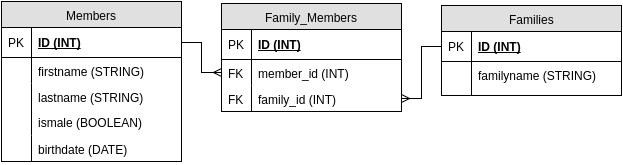
Earlier version of the draw.io export Schema Family Tree.png (cross-fox-2017/schema-family-tree). Source tidied: cells renumbered, new cells last; positions are measured from the earlier drawing's top-left corner, leaving out a move shared by most shapes. Source of this version:
```xml
<mxGraphModel background="#ffffff">
  <root>
    <mxCell id="0" />
    <mxCell id="1" parent="0" />
    <mxCell id="2" value="Members" style="swimlane;html=1;fontStyle=0;horizontal=1;startSize=26;fillColor=#e0e0e0;swimlaneFillColor=#ffffff;align=center;" parent="1" vertex="1">
      <mxGeometry width="180" height="160" as="geometry" />
    </mxCell>
    <mxCell id="3" value="ID (INT)" style="shape=partialRectangle;top=0;left=0;right=0;bottom=1;html=1;align=left;verticalAlign=middle;fillColor=none;spacingLeft=34;spacingRight=4;whiteSpace=wrap;overflow=hidden;points=[[0,0.5],[1,0.5]];portConstraint=eastwest;fontStyle=5;" parent="2" vertex="1">
      <mxGeometry y="26" width="180" height="30" as="geometry" />
    </mxCell>
    <mxCell id="4" value="PK" style="shape=partialRectangle;top=0;left=0;bottom=0;html=1;fillColor=none;align=left;verticalAlign=middle;spacingLeft=4;spacingRight=4;whiteSpace=wrap;overflow=hidden;" parent="3" vertex="1">
      <mxGeometry width="30" height="30" as="geometry" />
    </mxCell>
    <mxCell id="5" value="firstname (STRING)" style="shape=partialRectangle;top=0;left=0;right=0;bottom=0;html=1;align=left;verticalAlign=top;fillColor=none;spacingLeft=34;spacingRight=4;whiteSpace=wrap;overflow=hidden;" parent="2" vertex="1">
      <mxGeometry y="56" width="180" height="26" as="geometry" />
    </mxCell>
    <mxCell id="6" style="shape=partialRectangle;top=0;left=0;bottom=0;html=1;fillColor=none;align=left;verticalAlign=top;spacingLeft=4;spacingRight=4;whiteSpace=wrap;overflow=hidden;" parent="5" vertex="1">
      <mxGeometry width="30" height="26" as="geometry" />
    </mxCell>
    <mxCell id="7" value="lastname (STRING)" style="shape=partialRectangle;top=0;left=0;right=0;bottom=0;html=1;align=left;verticalAlign=top;fillColor=none;spacingLeft=34;spacingRight=4;whiteSpace=wrap;overflow=hidden;" parent="2" vertex="1">
      <mxGeometry y="82" width="180" height="26" as="geometry" />
    </mxCell>
    <mxCell id="8" style="shape=partialRectangle;top=0;left=0;bottom=0;html=1;fillColor=none;align=left;verticalAlign=top;spacingLeft=4;spacingRight=4;whiteSpace=wrap;overflow=hidden;" parent="7" vertex="1">
      <mxGeometry width="30" height="26" as="geometry" />
    </mxCell>
    <mxCell id="9" style="shape=partialRectangle;top=0;left=0;right=0;bottom=0;html=1;align=left;verticalAlign=top;fillColor=none;spacingLeft=34;spacingRight=4;whiteSpace=wrap;overflow=hidden;" parent="2" vertex="1">
      <mxGeometry y="108" width="180" height="26" as="geometry" />
    </mxCell>
    <mxCell id="10" style="shape=partialRectangle;top=0;left=0;bottom=0;html=1;fillColor=none;align=left;verticalAlign=top;spacingLeft=4;spacingRight=4;whiteSpace=wrap;overflow=hidden;" parent="9" vertex="1">
      <mxGeometry width="30" height="26" as="geometry" />
    </mxCell>
    <mxCell id="11" value="birthdate (DATE)" style="shape=partialRectangle;top=0;left=0;right=0;bottom=0;html=1;align=left;verticalAlign=top;fillColor=none;spacingLeft=34;spacingRight=4;whiteSpace=wrap;overflow=hidden;" parent="2" vertex="1">
      <mxGeometry y="134" width="180" height="26" as="geometry" />
    </mxCell>
    <mxCell id="12" style="shape=partialRectangle;top=0;left=0;bottom=0;html=1;fillColor=none;align=left;verticalAlign=top;spacingLeft=4;spacingRight=4;whiteSpace=wrap;overflow=hidden;" parent="11" vertex="1">
      <mxGeometry width="30" height="26" as="geometry" />
    </mxCell>
    <mxCell id="13" value="ismale (BOOLEAN)" style="shape=partialRectangle;top=0;left=0;right=0;bottom=0;html=1;align=left;verticalAlign=top;fillColor=none;spacingLeft=34;spacingRight=4;whiteSpace=wrap;overflow=hidden;" parent="1" vertex="1">
      <mxGeometry y="107" width="180" height="26" as="geometry" />
    </mxCell>
    <mxCell id="14" style="shape=partialRectangle;top=0;left=0;bottom=0;html=1;fillColor=none;align=left;verticalAlign=top;spacingLeft=4;spacingRight=4;whiteSpace=wrap;overflow=hidden;" parent="13" vertex="1">
      <mxGeometry width="30" height="26" as="geometry" />
    </mxCell>
    <mxCell id="15" value="Family_Members" style="swimlane;html=1;fontStyle=0;horizontal=1;startSize=26;fillColor=#e0e0e0;swimlaneFillColor=#ffffff;align=center;" parent="1" vertex="1">
      <mxGeometry x="220" y="2" width="180" height="108" as="geometry" />
    </mxCell>
    <mxCell id="16" value="ID (INT)" style="shape=partialRectangle;top=0;left=0;right=0;bottom=1;html=1;align=left;verticalAlign=middle;fillColor=none;spacingLeft=34;spacingRight=4;whiteSpace=wrap;overflow=hidden;fontStyle=5;" parent="15" vertex="1">
      <mxGeometry y="26" width="180" height="30" as="geometry" />
    </mxCell>
    <mxCell id="17" value="PK" style="shape=partialRectangle;top=0;left=0;bottom=0;html=1;fillColor=none;align=left;verticalAlign=middle;spacingLeft=4;spacingRight=4;whiteSpace=wrap;overflow=hidden;" parent="16" vertex="1">
      <mxGeometry width="30" height="30" as="geometry" />
    </mxCell>
    <mxCell id="18" value="member_id (INT)" style="shape=partialRectangle;top=0;left=0;right=0;bottom=0;html=1;align=left;verticalAlign=top;fillColor=none;spacingLeft=34;spacingRight=4;whiteSpace=wrap;overflow=hidden;points=[[0,0.5],[1,0.5]];portConstraint=eastwest;" parent="15" vertex="1">
      <mxGeometry y="56" width="180" height="26" as="geometry" />
    </mxCell>
    <mxCell id="19" value="FK" style="shape=partialRectangle;top=0;left=0;bottom=0;html=1;fillColor=none;align=left;verticalAlign=top;spacingLeft=4;spacingRight=4;whiteSpace=wrap;overflow=hidden;" parent="18" vertex="1">
      <mxGeometry width="30" height="26" as="geometry" />
    </mxCell>
    <mxCell id="20" value="family_id (INT)" style="shape=partialRectangle;top=0;left=0;right=0;bottom=0;html=1;align=left;verticalAlign=top;fillColor=none;spacingLeft=34;spacingRight=4;whiteSpace=wrap;overflow=hidden;points=[[0,0.5],[1,0.5]];portConstraint=eastwest;" parent="15" vertex="1">
      <mxGeometry y="82" width="180" height="26" as="geometry" />
    </mxCell>
    <mxCell id="21" value="FK" style="shape=partialRectangle;top=0;left=0;bottom=0;html=1;fillColor=none;align=left;verticalAlign=top;spacingLeft=4;spacingRight=4;whiteSpace=wrap;overflow=hidden;" parent="20" vertex="1">
      <mxGeometry width="30" height="26" as="geometry" />
    </mxCell>
    <mxCell id="22" value="Families" style="swimlane;html=1;fontStyle=0;horizontal=1;startSize=26;fillColor=#e0e0e0;swimlaneFillColor=#ffffff;align=center;" parent="1" vertex="1">
      <mxGeometry x="440" y="4" width="180" height="90" as="geometry" />
    </mxCell>
    <mxCell id="23" value="ID (INT)" style="shape=partialRectangle;top=0;left=0;right=0;bottom=1;html=1;align=left;verticalAlign=middle;fillColor=none;spacingLeft=34;spacingRight=4;whiteSpace=wrap;overflow=hidden;points=[[0,0.5],[1,0.5]];portConstraint=eastwest;fontStyle=5;" parent="22" vertex="1">
      <mxGeometry y="26" width="180" height="30" as="geometry" />
    </mxCell>
    <mxCell id="24" value="PK" style="shape=partialRectangle;top=0;left=0;bottom=0;html=1;fillColor=none;align=left;verticalAlign=middle;spacingLeft=4;spacingRight=4;whiteSpace=wrap;overflow=hidden;" parent="23" vertex="1">
      <mxGeometry width="30" height="30" as="geometry" />
    </mxCell>
    <mxCell id="25" value="familyname (STRING)" style="shape=partialRectangle;top=0;left=0;right=0;bottom=0;html=1;align=left;verticalAlign=top;fillColor=none;spacingLeft=34;spacingRight=4;whiteSpace=wrap;overflow=hidden;" parent="22" vertex="1">
      <mxGeometry y="56" width="180" height="34" as="geometry" />
    </mxCell>
    <mxCell id="26" style="shape=partialRectangle;top=0;left=0;bottom=0;html=1;fillColor=none;align=left;verticalAlign=top;spacingLeft=4;spacingRight=4;whiteSpace=wrap;overflow=hidden;" parent="25" vertex="1">
      <mxGeometry width="30" height="34" as="geometry" />
    </mxCell>
    <mxCell id="27" style="edgeStyle=orthogonalEdgeStyle;rounded=0;html=1;exitX=0;exitY=0.5;entryX=1;entryY=0.5;endArrow=ERmany;endFill=0;jettySize=auto;" parent="1" edge="1" source="23" target="20">
      <mxGeometry relative="1" as="geometry" />
    </mxCell>
    <mxCell id="28" style="edgeStyle=orthogonalEdgeStyle;rounded=0;html=1;exitX=1;exitY=0.5;entryX=0;entryY=0.5;endArrow=ERmany;endFill=0;jettySize=auto;" parent="1" edge="1" source="3" target="18">
      <mxGeometry relative="1" as="geometry" />
    </mxCell>
  </root>
</mxGraphModel>
```
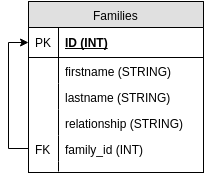
After the commit.

The edit, as a diff of the source:
```diff
@@ -2,86 +2,47 @@
   <root>
     <mxCell id="0" />
     <mxCell id="1" parent="0" />
-    <mxCell id="2" value="Members" style="swimlane;html=1;fontStyle=0;horizontal=1;startSize=26;fillColor=#e0e0e0;swimlaneFillColor=#ffffff;align=center;" parent="1" vertex="1">
-      <mxGeometry width="180" height="160" as="geometry" />
-    </mxCell>
-    <mxCell id="3" value="ID (INT)" style="shape=partialRectangle;top=0;left=0;right=0;bottom=1;html=1;align=left;verticalAlign=middle;fillColor=none;spacingLeft=34;spacingRight=4;whiteSpace=wrap;overflow=hidden;points=[[0,0.5],[1,0.5]];portConstraint=eastwest;fontStyle=5;" parent="2" vertex="1">
-      <mxGeometry y="26" width="180" height="30" as="geometry" />
-    </mxCell>
-    <mxCell id="4" value="PK" style="shape=partialRectangle;top=0;left=0;bottom=0;html=1;fillColor=none;align=left;verticalAlign=middle;spacingLeft=4;spacingRight=4;whiteSpace=wrap;overflow=hidden;" parent="3" vertex="1">
-      <mxGeometry width="30" height="30" as="geometry" />
-    </mxCell>
+    <mxCell id="22" value="Families" style="swimlane;html=1;fontStyle=0;horizontal=1;startSize=26;fillColor=#e0e0e0;swimlaneFillColor=#ffffff;align=center;" parent="1" vertex="1">
+      <mxGeometry x="440" y="4" width="175" height="171" as="geometry" />
+    </mxCell>
+    <mxCell id="29" value="ID (INT)" style="shape=partialRectangle;top=0;left=0;right=0;bottom=1;html=1;align=left;verticalAlign=middle;fillColor=none;spacingLeft=34;spacingRight=4;whiteSpace=wrap;overflow=hidden;points=[[0,0.5],[1,0.5]];portConstraint=eastwest;fontStyle=5;" parent="22" vertex="1">
+      <mxGeometry y="26" width="175" height="30" as="geometry" />
+    </mxCell>
+    <mxCell id="30" value="PK" style="shape=partialRectangle;top=0;left=0;bottom=0;html=1;fillColor=none;align=left;verticalAlign=middle;spacingLeft=4;spacingRight=4;whiteSpace=wrap;overflow=hidden;" parent="29" vertex="1">
+      <mxGeometry width="30" height="30" as="geometry" />
+    </mxCell>
-    <mxCell id="5" value="firstname (STRING)" style="shape=partialRectangle;top=0;left=0;right=0;bottom=0;html=1;align=left;verticalAlign=top;fillColor=none;spacingLeft=34;spacingRight=4;whiteSpace=wrap;overflow=hidden;" parent="2" vertex="1">
-      <mxGeometry y="56" width="180" height="26" as="geometry" />
+    <mxCell id="5" value="firstname (STRING)" style="shape=partialRectangle;top=0;left=0;right=0;bottom=0;html=1;align=left;verticalAlign=top;fillColor=none;spacingLeft=34;spacingRight=4;whiteSpace=wrap;overflow=hidden;" parent="22" vertex="1">
+      <mxGeometry y="56" width="175" height="26" as="geometry" />
     </mxCell>
-    <mxCell id="6" style="shape=partialRectangle;top=0;left=0;bottom=0;html=1;fillColor=none;align=left;verticalAlign=top;spacingLeft=4;spacingRight=4;whiteSpace=wrap;overflow=hidden;" parent="5" vertex="1">
-      <mxGeometry width="30" height="26" as="geometry" />
-    </mxCell>
+    <mxCell id="31" style="shape=partialRectangle;top=0;left=0;bottom=0;html=1;fillColor=none;align=left;verticalAlign=top;spacingLeft=4;spacingRight=4;whiteSpace=wrap;overflow=hidden;" parent="5" vertex="1">
+      <mxGeometry width="30" height="26" as="geometry" />
+    </mxCell>
-    <mxCell id="7" value="lastname (STRING)" style="shape=partialRectangle;top=0;left=0;right=0;bottom=0;html=1;align=left;verticalAlign=top;fillColor=none;spacingLeft=34;spacingRight=4;whiteSpace=wrap;overflow=hidden;" parent="2" vertex="1">
-      <mxGeometry y="82" width="180" height="26" as="geometry" />
+    <mxCell id="7" value="lastname (STRING)" style="shape=partialRectangle;top=0;left=0;right=0;bottom=0;html=1;align=left;verticalAlign=top;fillColor=none;spacingLeft=34;spacingRight=4;whiteSpace=wrap;overflow=hidden;" parent="22" vertex="1">
+      <mxGeometry y="82" width="175" height="26" as="geometry" />
     </mxCell>
-    <mxCell id="8" style="shape=partialRectangle;top=0;left=0;bottom=0;html=1;fillColor=none;align=left;verticalAlign=top;spacingLeft=4;spacingRight=4;whiteSpace=wrap;overflow=hidden;" parent="7" vertex="1">
-      <mxGeometry width="30" height="26" as="geometry" />
-    </mxCell>
-    <mxCell id="9" style="shape=partialRectangle;top=0;left=0;right=0;bottom=0;html=1;align=left;verticalAlign=top;fillColor=none;spacingLeft=34;spacingRight=4;whiteSpace=wrap;overflow=hidden;" parent="2" vertex="1">
-      <mxGeometry y="108" width="180" height="26" as="geometry" />
-    </mxCell>
-    <mxCell id="10" style="shape=partialRectangle;top=0;left=0;bottom=0;html=1;fillColor=none;align=left;verticalAlign=top;spacingLeft=4;spacingRight=4;whiteSpace=wrap;overflow=hidden;" parent="9" vertex="1">
-      <mxGeometry width="30" height="26" as="geometry" />
-    </mxCell>
-    <mxCell id="11" value="birthdate (DATE)" style="shape=partialRectangle;top=0;left=0;right=0;bottom=0;html=1;align=left;verticalAlign=top;fillColor=none;spacingLeft=34;spacingRight=4;whiteSpace=wrap;overflow=hidden;" parent="2" vertex="1">
-      <mxGeometry y="134" width="180" height="26" as="geometry" />
-    </mxCell>
-    <mxCell id="12" style="shape=partialRectangle;top=0;left=0;bottom=0;html=1;fillColor=none;align=left;verticalAlign=top;spacingLeft=4;spacingRight=4;whiteSpace=wrap;overflow=hidden;" parent="11" vertex="1">
-      <mxGeometry width="30" height="26" as="geometry" />
-    </mxCell>
-    <mxCell id="13" value="ismale (BOOLEAN)" style="shape=partialRectangle;top=0;left=0;right=0;bottom=0;html=1;align=left;verticalAlign=top;fillColor=none;spacingLeft=34;spacingRight=4;whiteSpace=wrap;overflow=hidden;" parent="1" vertex="1">
-      <mxGeometry y="107" width="180" height="26" as="geometry" />
-    </mxCell>
-    <mxCell id="14" style="shape=partialRectangle;top=0;left=0;bottom=0;html=1;fillColor=none;align=left;verticalAlign=top;spacingLeft=4;spacingRight=4;whiteSpace=wrap;overflow=hidden;" parent="13" vertex="1">
-      <mxGeometry width="30" height="26" as="geometry" />
-    </mxCell>
-    <mxCell id="15" value="Family_Members" style="swimlane;html=1;fontStyle=0;horizontal=1;startSize=26;fillColor=#e0e0e0;swimlaneFillColor=#ffffff;align=center;" parent="1" vertex="1">
-      <mxGeometry x="220" y="2" width="180" height="108" as="geometry" />
-    </mxCell>
-    <mxCell id="16" value="ID (INT)" style="shape=partialRectangle;top=0;left=0;right=0;bottom=1;html=1;align=left;verticalAlign=middle;fillColor=none;spacingLeft=34;spacingRight=4;whiteSpace=wrap;overflow=hidden;fontStyle=5;" parent="15" vertex="1">
-      <mxGeometry y="26" width="180" height="30" as="geometry" />
-    </mxCell>
-    <mxCell id="17" value="PK" style="shape=partialRectangle;top=0;left=0;bottom=0;html=1;fillColor=none;align=left;verticalAlign=middle;spacingLeft=4;spacingRight=4;whiteSpace=wrap;overflow=hidden;" parent="16" vertex="1">
-      <mxGeometry width="30" height="30" as="geometry" />
-    </mxCell>
-    <mxCell id="18" value="member_id (INT)" style="shape=partialRectangle;top=0;left=0;right=0;bottom=0;html=1;align=left;verticalAlign=top;fillColor=none;spacingLeft=34;spacingRight=4;whiteSpace=wrap;overflow=hidden;points=[[0,0.5],[1,0.5]];portConstraint=eastwest;" parent="15" vertex="1">
-      <mxGeometry y="56" width="180" height="26" as="geometry" />
-    </mxCell>
-    <mxCell id="19" value="FK" style="shape=partialRectangle;top=0;left=0;bottom=0;html=1;fillColor=none;align=left;verticalAlign=top;spacingLeft=4;spacingRight=4;whiteSpace=wrap;overflow=hidden;" parent="18" vertex="1">
-      <mxGeometry width="30" height="26" as="geometry" />
-    </mxCell>
+    <mxCell id="32" style="shape=partialRectangle;top=0;left=0;bottom=0;html=1;fillColor=none;align=left;verticalAlign=top;spacingLeft=4;spacingRight=4;whiteSpace=wrap;overflow=hidden;" parent="7" vertex="1">
+      <mxGeometry width="30" height="26" as="geometry" />
+    </mxCell>
+    <mxCell id="33" value="relationship (STRING)" style="shape=partialRectangle;top=0;left=0;right=0;bottom=0;html=1;align=left;verticalAlign=top;fillColor=none;spacingLeft=34;spacingRight=4;whiteSpace=wrap;overflow=hidden;" parent="22" vertex="1">
+      <mxGeometry y="108" width="175" height="26" as="geometry" />
+    </mxCell>
+    <mxCell id="34" style="shape=partialRectangle;top=0;left=0;bottom=0;html=1;fillColor=none;align=left;verticalAlign=top;spacingLeft=4;spacingRight=4;whiteSpace=wrap;overflow=hidden;" parent="33" vertex="1">
+      <mxGeometry width="30" height="26" as="geometry" />
+    </mxCell>
+    <mxCell id="35" style="edgeStyle=orthogonalEdgeStyle;rounded=0;html=1;exitX=0;exitY=0.5;entryX=0;entryY=0.5;endArrow=classic;endFill=1;jettySize=auto;startArrow=none;startFill=0;" parent="22" edge="1" source="20" target="29">
+      <mxGeometry relative="1" as="geometry" />
+    </mxCell>
-    <mxCell id="20" value="family_id (INT)" style="shape=partialRectangle;top=0;left=0;right=0;bottom=0;html=1;align=left;verticalAlign=top;fillColor=none;spacingLeft=34;spacingRight=4;whiteSpace=wrap;overflow=hidden;points=[[0,0.5],[1,0.5]];portConstraint=eastwest;" parent="15" vertex="1">
-      <mxGeometry y="82" width="180" height="26" as="geometry" />
+    <mxCell id="20" value="family_id (INT)" style="shape=partialRectangle;top=0;left=0;right=0;bottom=0;html=1;align=left;verticalAlign=top;fillColor=none;spacingLeft=34;spacingRight=4;whiteSpace=wrap;overflow=hidden;points=[[0,0.5],[1,0.5]];portConstraint=eastwest;" parent="22" vertex="1">
+      <mxGeometry y="134" width="175" height="26" as="geometry" />
     </mxCell>
-    <mxCell id="21" value="FK" style="shape=partialRectangle;top=0;left=0;bottom=0;html=1;fillColor=none;align=left;verticalAlign=top;spacingLeft=4;spacingRight=4;whiteSpace=wrap;overflow=hidden;" parent="20" vertex="1">
-      <mxGeometry width="30" height="26" as="geometry" />
-    </mxCell>
-    <mxCell id="22" value="Families" style="swimlane;html=1;fontStyle=0;horizontal=1;startSize=26;fillColor=#e0e0e0;swimlaneFillColor=#ffffff;align=center;" parent="1" vertex="1">
-      <mxGeometry x="440" y="4" width="180" height="90" as="geometry" />
-    </mxCell>
-    <mxCell id="23" value="ID (INT)" style="shape=partialRectangle;top=0;left=0;right=0;bottom=1;html=1;align=left;verticalAlign=middle;fillColor=none;spacingLeft=34;spacingRight=4;whiteSpace=wrap;overflow=hidden;points=[[0,0.5],[1,0.5]];portConstraint=eastwest;fontStyle=5;" parent="22" vertex="1">
-      <mxGeometry y="26" width="180" height="30" as="geometry" />
-    </mxCell>
-    <mxCell id="24" value="PK" style="shape=partialRectangle;top=0;left=0;bottom=0;html=1;fillColor=none;align=left;verticalAlign=middle;spacingLeft=4;spacingRight=4;whiteSpace=wrap;overflow=hidden;" parent="23" vertex="1">
-      <mxGeometry width="30" height="30" as="geometry" />
-    </mxCell>
-    <mxCell id="25" value="familyname (STRING)" style="shape=partialRectangle;top=0;left=0;right=0;bottom=0;html=1;align=left;verticalAlign=top;fillColor=none;spacingLeft=34;spacingRight=4;whiteSpace=wrap;overflow=hidden;" parent="22" vertex="1">
-      <mxGeometry y="56" width="180" height="34" as="geometry" />
-    </mxCell>
-    <mxCell id="26" style="shape=partialRectangle;top=0;left=0;bottom=0;html=1;fillColor=none;align=left;verticalAlign=top;spacingLeft=4;spacingRight=4;whiteSpace=wrap;overflow=hidden;" parent="25" vertex="1">
-      <mxGeometry width="30" height="34" as="geometry" />
-    </mxCell>
-    <mxCell id="27" style="edgeStyle=orthogonalEdgeStyle;rounded=0;html=1;exitX=0;exitY=0.5;entryX=1;entryY=0.5;endArrow=ERmany;endFill=0;jettySize=auto;" parent="1" edge="1" source="23" target="20">
-      <mxGeometry relative="1" as="geometry" />
-    </mxCell>
-    <mxCell id="28" style="edgeStyle=orthogonalEdgeStyle;rounded=0;html=1;exitX=1;exitY=0.5;entryX=0;entryY=0.5;endArrow=ERmany;endFill=0;jettySize=auto;" parent="1" edge="1" source="3" target="18">
-      <mxGeometry relative="1" as="geometry" />
-    </mxCell>
+    <mxCell id="36" value="FK" style="shape=partialRectangle;top=0;left=0;bottom=0;html=1;fillColor=none;align=left;verticalAlign=top;spacingLeft=4;spacingRight=4;whiteSpace=wrap;overflow=hidden;" parent="20" vertex="1">
+      <mxGeometry width="30" height="26" as="geometry" />
+    </mxCell>
+    <mxCell id="37" style="shape=partialRectangle;top=0;left=0;right=0;bottom=0;html=1;align=left;verticalAlign=top;fillColor=none;spacingLeft=34;spacingRight=4;whiteSpace=wrap;overflow=hidden;" parent="22" vertex="1">
+      <mxGeometry y="160" width="175" height="10" as="geometry" />
+    </mxCell>
+    <mxCell id="38" style="shape=partialRectangle;top=0;left=0;bottom=0;html=1;fillColor=none;align=left;verticalAlign=top;spacingLeft=4;spacingRight=4;whiteSpace=wrap;overflow=hidden;" parent="37" vertex="1">
+      <mxGeometry width="30" height="10" as="geometry" />
+    </mxCell>
   </root>
 </mxGraphModel>
```
